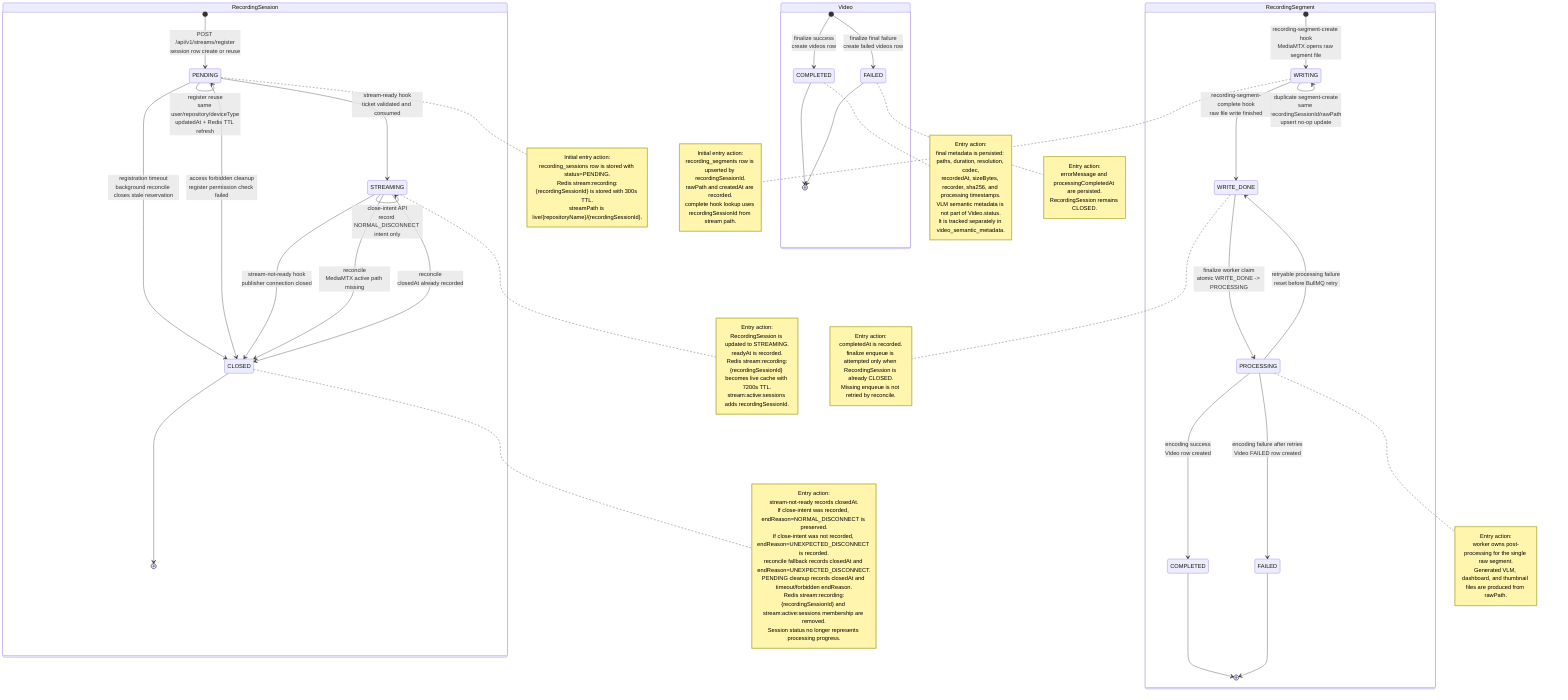
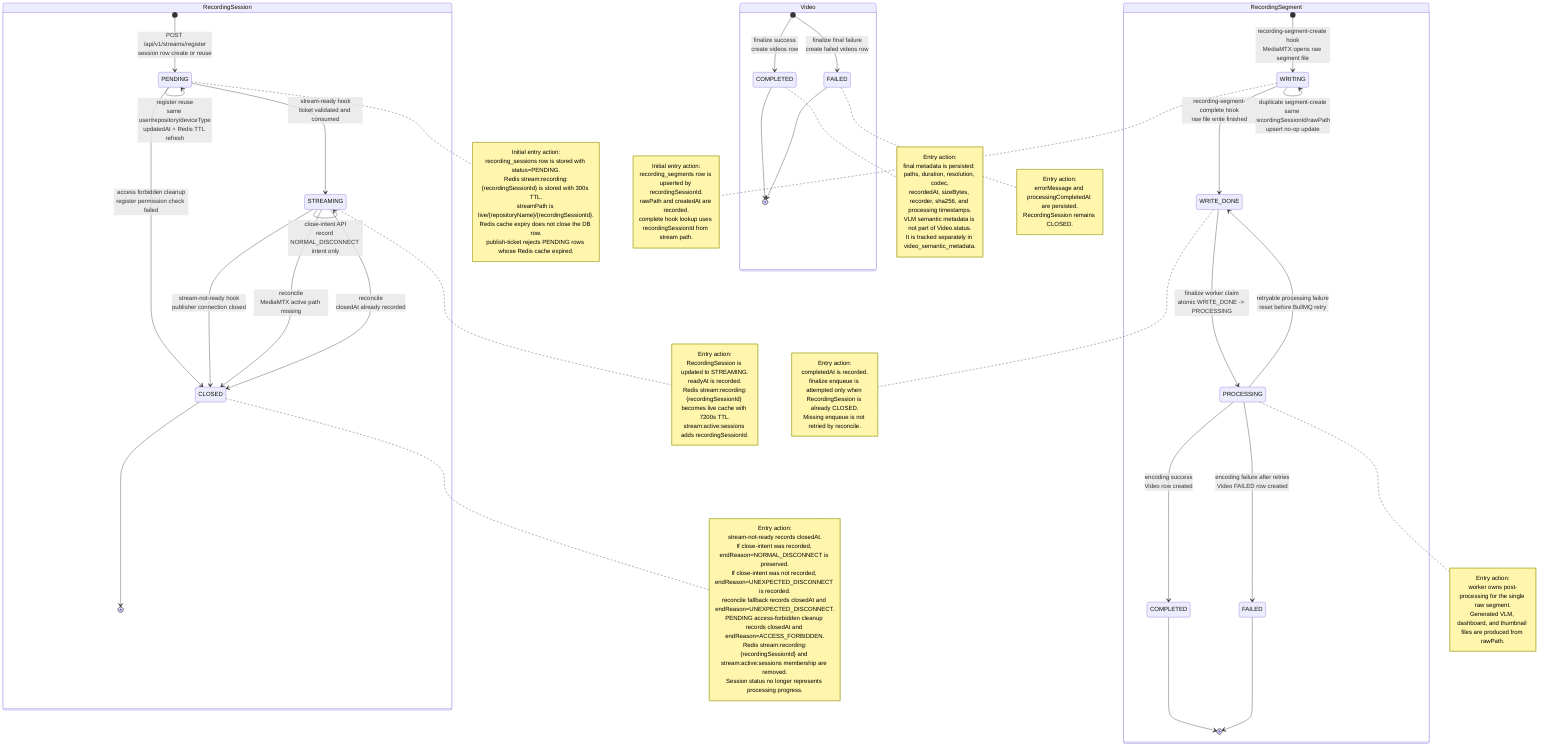
stateDiagram-v2
  state "RecordingSession" as RecordingSession {
    [*] --> RS_PENDING: POST /api/v1/streams/register<br/>session row create or reuse

    state "PENDING" as RS_PENDING
    state "STREAMING" as RS_STREAMING
    state "CLOSED" as RS_CLOSED

    note right of RS_PENDING
      Initial entry action:
      recording_sessions row is stored with status=PENDING.
      Redis stream:recording:{recordingSessionId} is stored with 300s TTL.
      streamPath is live/{repositoryName}/{recordingSessionId}.
+       Redis cache expiry does not close the DB row.
+       publish-ticket rejects PENDING rows whose Redis cache expired.
    end note

    RS_PENDING --> RS_PENDING: register reuse<br/>same user/repository/deviceType<br/>updatedAt + Redis TTL refresh
    RS_PENDING --> RS_STREAMING: stream-ready hook<br/>ticket validated and consumed
-     RS_PENDING --> RS_CLOSED: registration timeout<br/>background reconcile closes stale reservation
    RS_PENDING --> RS_CLOSED: access forbidden cleanup<br/>register permission check failed

    note right of RS_STREAMING
      Entry action:
      RecordingSession is updated to STREAMING.
      readyAt is recorded.
      Redis stream:recording:{recordingSessionId} becomes live cache with 7200s TTL.
      stream:active:sessions adds recordingSessionId.
    end note

    RS_STREAMING --> RS_STREAMING: close-intent API<br/>record NORMAL_DISCONNECT intent only
    RS_STREAMING --> RS_CLOSED: stream-not-ready hook<br/>publisher connection closed
    RS_STREAMING --> RS_CLOSED: reconcile<br/>MediaMTX active path missing
    RS_STREAMING --> RS_CLOSED: reconcile<br/>closedAt already recorded

    note right of RS_CLOSED
      Entry action:
      stream-not-ready records closedAt.
      If close-intent was recorded, endReason=NORMAL_DISCONNECT is preserved.
      If close-intent was not recorded, endReason=UNEXPECTED_DISCONNECT is recorded.
      reconcile fallback records closedAt and endReason=UNEXPECTED_DISCONNECT.
-       PENDING cleanup records closedAt and timeout/forbidden endReason.
+       PENDING access-forbidden cleanup records closedAt and endReason=ACCESS_FORBIDDEN.
      Redis stream:recording:{recordingSessionId} and stream:active:sessions membership are removed.
      Session status no longer represents processing progress.
    end note

    RS_CLOSED --> [*]
  }

  state "RecordingSegment" as RecordingSegment {
    [*] --> SEG_WRITING: recording-segment-create hook<br/>MediaMTX opens raw segment file

    state "WRITING" as SEG_WRITING
    state "WRITE_DONE" as SEG_WRITE_DONE
    state "PROCESSING" as SEG_PROCESSING
    state "COMPLETED" as SEG_COMPLETED
    state "FAILED" as SEG_FAILED

    note right of SEG_WRITING
      Initial entry action:
      recording_segments row is upserted by recordingSessionId.
      rawPath and createdAt are recorded.
      complete hook lookup uses recordingSessionId from stream path.
    end note

    SEG_WRITING --> SEG_WRITING: duplicate segment-create<br/>same recordingSessionId/rawPath<br/>upsert no-op update
    SEG_WRITING --> SEG_WRITE_DONE: recording-segment-complete hook<br/>raw file write finished
    SEG_WRITE_DONE --> SEG_PROCESSING: finalize worker claim<br/>atomic WRITE_DONE -> PROCESSING
    SEG_PROCESSING --> SEG_WRITE_DONE: retryable processing failure<br/>reset before BullMQ retry
    SEG_PROCESSING --> SEG_COMPLETED: encoding success<br/>Video row created
    SEG_PROCESSING --> SEG_FAILED: encoding failure after retries<br/>Video FAILED row created

    note right of SEG_WRITE_DONE
      Entry action:
      completedAt is recorded.
      finalize enqueue is attempted only when RecordingSession is already CLOSED.
      Missing enqueue is not retried by reconcile.
    end note

    note right of SEG_PROCESSING
      Entry action:
      worker owns post-processing for the single raw segment.
      Generated VLM, dashboard, and thumbnail files are produced from rawPath.
    end note

    SEG_COMPLETED --> [*]
    SEG_FAILED --> [*]
  }

  state "Video" as Video {
    [*] --> VIDEO_COMPLETED: finalize success<br/>create videos row
    [*] --> VIDEO_FAILED: finalize final failure<br/>create failed videos row

    state "COMPLETED" as VIDEO_COMPLETED
    state "FAILED" as VIDEO_FAILED

    note right of VIDEO_COMPLETED
      Entry action:
      final metadata is persisted: paths, duration, resolution, codec,
      recordedAt, sizeBytes, recorder, sha256, and processing timestamps.
      VLM semantic metadata is not part of Video.status.
      It is tracked separately in video_semantic_metadata.
    end note

    note right of VIDEO_FAILED
      Entry action:
      errorMessage and processingCompletedAt are persisted.
      RecordingSession remains CLOSED.
    end note

    VIDEO_COMPLETED --> [*]
    VIDEO_FAILED --> [*]
  }

%% 참고:
%% RecordingSession.status는 streaming session 자체의 lifecycle만 표현한다.
%% 최초 PENDING 진입은 register API가 담당하고, STREAMING 진입은 stream-ready hook이 담당한다.
%% App 변경 필요:
%% App 종료 버튼은 legacy Stop API를 호출하지 않고
%% POST /api/v1/recordings/{recordingSessionId}/close-intent 를 먼저 호출한다.
%% body는 { "reason": "NORMAL_DISCONNECT" } 이며, 200 OK 이후 RTMP publisher socket을 정상 close한다.
%% close-intent는 RecordingSession.status를 바꾸지 않는 STREAMING self-loop이다.
%% publisher connection 종료는 stream-not-ready hook 또는 reconcile이 CLOSED로 반영한다.
%% MediaMTX stream-not-ready hook payload만으로 정상 close와 crash/reset을 완벽히 구분할 수는 없다.
%% recording session 하나는 RecordingSegment 하나만 가진다.
%% 최초 segment 진입은 segment-create hook의 WRITING row 생성이다.
%% segment-complete는 누락된 segment를 복구 생성하지 않고, 기존 단일 RecordingSegment만 WRITE_DONE으로 확정한 뒤 enqueue를 시도한다.
%% segment-complete hook이 누락되면 WRITING segment는 자동으로 WRITE_DONE/FAILED로 보정하지 않는다.
%% RecordingSegment.status가 raw segment write와 후처리 상태를 표현한다.
%% Video row는 finalize가 성공하거나 최종 실패했을 때 생성된다.
